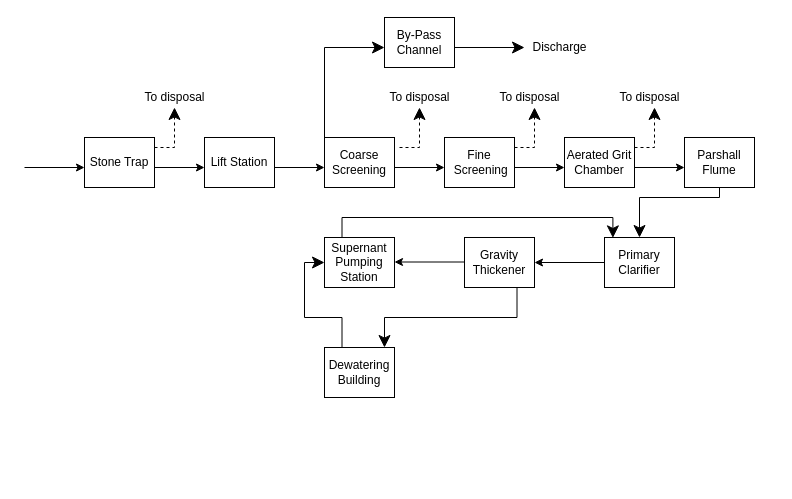
Above: Untitled Diagram.drawio in aycatoksoy/MB-Flowchart (draw.io), before the change. Source tidied: cells renumbered, new cells numbered last; positions are measured from the earlier drawing's top-left corner, leaving out a move shared by most shapes. Both pictures are drawn from the tidied source at 100%, with x=0, y=0 at pixel (24, 17).
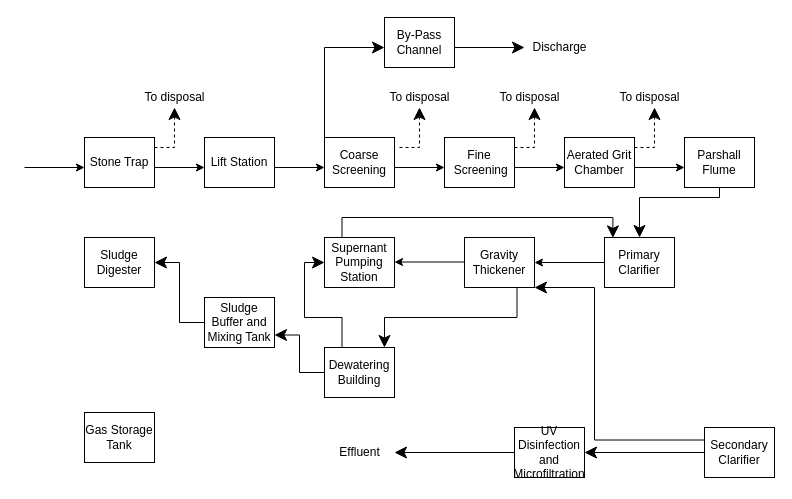
After the change.

The change refers to these unchanged cells:
```xml
<mxCell id="29" value="Gravity Thickener&lt;br&gt;" style="rounded=0;whiteSpace=wrap;html=1;sketch=0;" parent="1" vertex="1">
  <mxGeometry x="440" y="220" width="70" height="50" as="geometry" />
</mxCell>
<mxCell id="35" value="Dewatering Building" style="rounded=0;whiteSpace=wrap;html=1;sketch=0;" parent="1" vertex="1">
  <mxGeometry x="300" y="330" width="70" height="50" as="geometry" />
</mxCell>
```

The edit, as a diff of the source:
```diff
@@
+    <mxCell id="36" style="edgeStyle=orthogonalEdgeStyle;rounded=0;sketch=0;jumpStyle=sharp;jumpSize=16;jettySize=auto;html=1;exitX=0;exitY=0.5;exitDx=0;exitDy=0;entryX=1;entryY=0.75;entryDx=0;entryDy=0;endSize=10;targetPerimeterSpacing=4;strokeWidth=1;" parent="1" edge="1" source="35" target="38">
+      <mxGeometry relative="1" as="geometry" />
+    </mxCell>
@@
+    <mxCell id="37" style="edgeStyle=orthogonalEdgeStyle;rounded=0;sketch=0;jumpStyle=sharp;jumpSize=16;jettySize=auto;html=1;entryX=1;entryY=0.5;entryDx=0;entryDy=0;endSize=10;targetPerimeterSpacing=4;strokeWidth=1;" parent="1" edge="1" source="38" target="39">
+      <mxGeometry relative="1" as="geometry" />
+    </mxCell>
+    <mxCell id="38" value="Sludge Buffer and Mixing Tank" style="rounded=0;whiteSpace=wrap;html=1;sketch=0;" parent="1" vertex="1">
+      <mxGeometry x="180" y="280" width="70" height="50" as="geometry" />
+    </mxCell>
+    <mxCell id="39" value="Sludge Digester" style="rounded=0;whiteSpace=wrap;html=1;sketch=0;" parent="1" vertex="1">
+      <mxGeometry x="60" y="220" width="70" height="50" as="geometry" />
+    </mxCell>
+    <mxCell id="40" value="Gas Storage Tank" style="rounded=0;whiteSpace=wrap;html=1;sketch=0;" parent="1" vertex="1">
+      <mxGeometry x="60" y="395" width="70" height="50" as="geometry" />
+    </mxCell>
+    <mxCell id="41" style="edgeStyle=orthogonalEdgeStyle;rounded=0;sketch=0;jumpStyle=sharp;jumpSize=16;jettySize=auto;html=1;entryX=1;entryY=1;entryDx=0;entryDy=0;endSize=10;targetPerimeterSpacing=4;strokeWidth=1;exitX=0;exitY=0.25;exitDx=0;exitDy=0;" parent="1" edge="1" source="43" target="29">
+      <mxGeometry relative="1" as="geometry">
+        <Array as="points">
+          <mxPoint x="570" y="423" />
+          <mxPoint x="570" y="270" />
+        </Array>
+      </mxGeometry>
+    </mxCell>
+    <mxCell id="42" style="edgeStyle=orthogonalEdgeStyle;rounded=0;sketch=0;jumpStyle=sharp;jumpSize=16;jettySize=auto;html=1;entryX=1;entryY=0.5;entryDx=0;entryDy=0;endSize=10;targetPerimeterSpacing=4;strokeWidth=1;" parent="1" edge="1" source="43" target="45">
+      <mxGeometry relative="1" as="geometry" />
+    </mxCell>
+    <mxCell id="43" value="Secondary Clarifier" style="rounded=0;whiteSpace=wrap;html=1;sketch=0;" parent="1" vertex="1">
+      <mxGeometry x="680" y="410" width="70" height="50" as="geometry" />
+    </mxCell>
+    <mxCell id="44" style="edgeStyle=orthogonalEdgeStyle;rounded=0;sketch=0;jumpStyle=sharp;jumpSize=16;jettySize=auto;html=1;endSize=10;targetPerimeterSpacing=4;strokeWidth=1;" parent="1" edge="1" source="45">
+      <mxGeometry relative="1" as="geometry">
+        <mxPoint x="370" y="435" as="targetPoint" />
+      </mxGeometry>
+    </mxCell>
+    <mxCell id="45" value="UV Disinfection and Microfiltration" style="rounded=0;whiteSpace=wrap;html=1;sketch=0;" parent="1" vertex="1">
+      <mxGeometry x="490" y="410" width="70" height="50" as="geometry" />
+    </mxCell>
+    <mxCell id="46" value="Effluent" style="text;html=1;align=center;verticalAlign=middle;strokeColor=none;fillColor=none;" parent="1" vertex="1">
+      <mxGeometry x="310" y="425" width="50" height="20" as="geometry" />
+    </mxCell>
```
